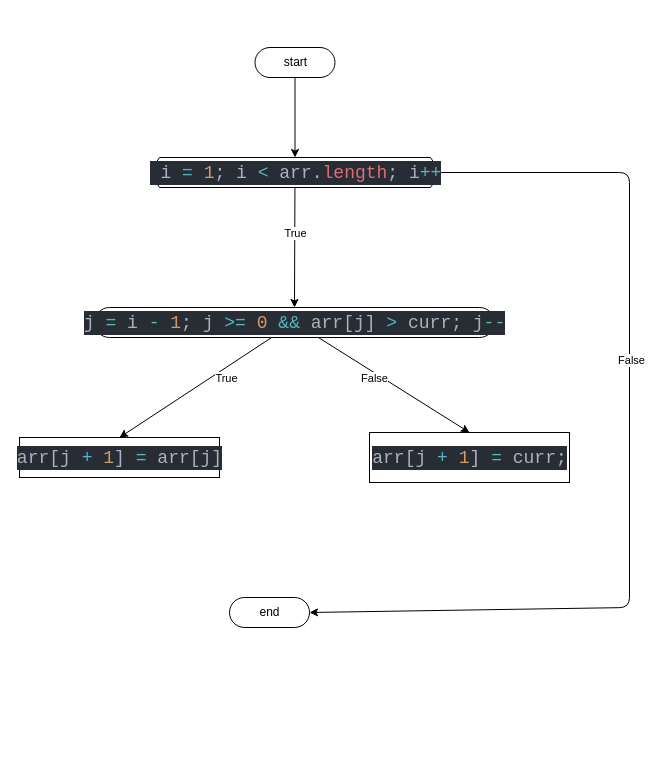
Earlier version of the draw.io diagram Задачи/insertationSort.drawio (danil-jpg/algorithms-and-data-structures). Source tidied: cells renumbered, new cells numbered last; positions are measured from the earlier drawing's top-left corner, leaving out a move shared by most shapes. Both pictures are drawn from the tidied source at 100%, with x=0, y=0 at pixel (19, 47).
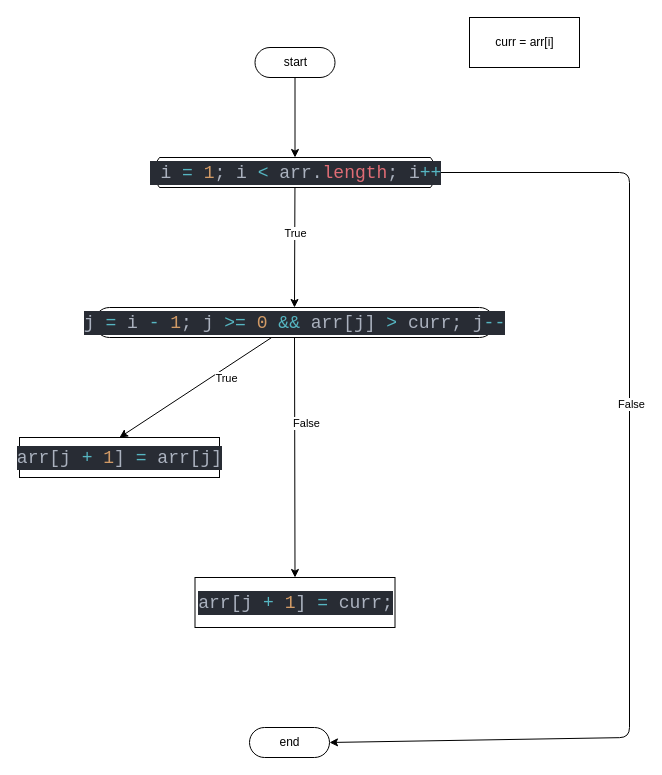
The same page after the edit.

Commit message (it also covers changes not shown here):
refuctored selection sort

The change refers to these unchanged cells:
```xml
<mxCell id="9" value="&lt;div style=&quot;color: rgb(171, 178, 191); background-color: rgb(40, 44, 52); font-family: MontserratAlternates-Regular, Consolas, &amp;quot;Courier New&amp;quot;, monospace; font-size: 18px; line-height: 24px;&quot;&gt;&amp;nbsp;i &lt;span style=&quot;color: #56b6c2;&quot;&gt;=&lt;/span&gt; &lt;span style=&quot;color: #d19a66;&quot;&gt;1&lt;/span&gt;; i &lt;span style=&quot;color: #56b6c2;&quot;&gt;&amp;lt;&lt;/span&gt; arr.&lt;span style=&quot;color: #e06c75;&quot;&gt;length&lt;/span&gt;; i&lt;span style=&quot;color: #56b6c2;&quot;&gt;++&lt;/span&gt;&lt;/div&gt;" style="html=1;dashed=0;whitespace=wrap;shape=mxgraph.dfd.loop;" parent="1" vertex="1">
  <mxGeometry x="134" y="110" width="283" height="30" as="geometry" />
</mxCell>
```

What changed in the source:
```diff
@@
     <mxCell id="2" value="end" style="html=1;dashed=0;whitespace=wrap;shape=mxgraph.dfd.start;" parent="1" vertex="1">
-      <mxGeometry x="210" y="550" width="80" height="30" as="geometry" />
+      <mxGeometry x="230" y="680" width="80" height="30" as="geometry" />
     </mxCell>
@@
     <mxCell id="7" style="edgeStyle=none;html=1;entryX=1;entryY=0.5;entryDx=0;entryDy=0;entryPerimeter=0;" parent="1" edge="1" source="9" target="2">
       <mxGeometry relative="1" as="geometry">
         <Array as="points">
           <mxPoint x="610" y="125" />
-          <mxPoint x="610" y="560" />
+          <mxPoint x="610" y="690" />
         </Array>
       </mxGeometry>
     </mxCell>
@@
     <mxCell id="16" value="&lt;div style=&quot;color: rgb(171, 178, 191); background-color: rgb(40, 44, 52); font-family: MontserratAlternates-Regular, Consolas, &amp;quot;Courier New&amp;quot;, monospace; font-size: 18px; line-height: 24px;&quot;&gt;arr[j &lt;span style=&quot;color: #56b6c2;&quot;&gt;+&lt;/span&gt; &lt;span style=&quot;color: #d19a66;&quot;&gt;1&lt;/span&gt;] &lt;span style=&quot;color: #56b6c2;&quot;&gt;=&lt;/span&gt; curr;&lt;/div&gt;" style="html=1;dashed=0;whitespace=wrap;" parent="1" vertex="1">
-      <mxGeometry x="350" y="385" width="200" height="50" as="geometry" />
+      <mxGeometry x="175.5" y="530" width="200" height="50" as="geometry" />
     </mxCell>
+    <mxCell id="17" value="curr = arr[i]" style="html=1;" parent="1" vertex="1">
+      <mxGeometry x="450" y="-30" width="110" height="50" as="geometry" />
+    </mxCell>
```
